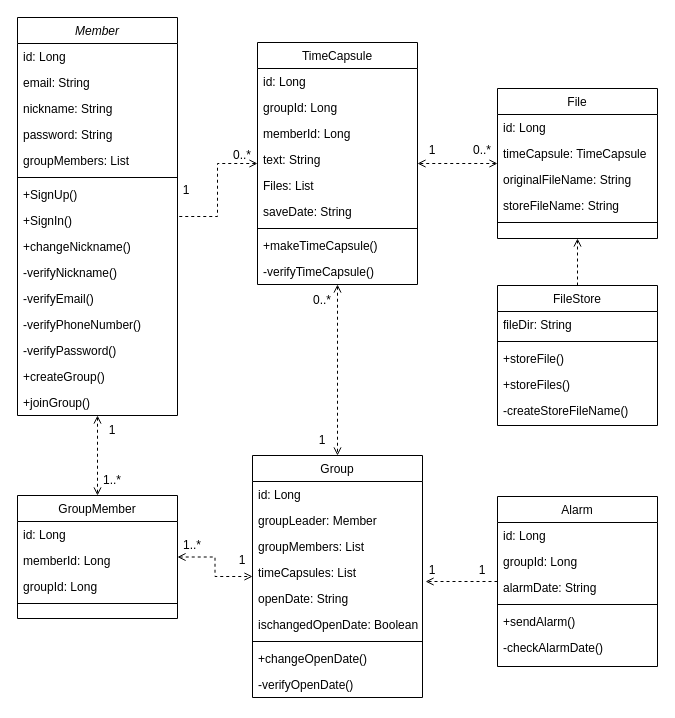
The draw.io diagram documents/ClassDiagram.drawio in Chaewon241/timecapsule, before the edit. Source tidied: cells renumbered, new cells numbered last; positions are measured from the earlier drawing's top-left corner, leaving out a move shared by most shapes. Both pictures are drawn from the tidied source at 100%, with x=0, y=0 at pixel (17, 17).
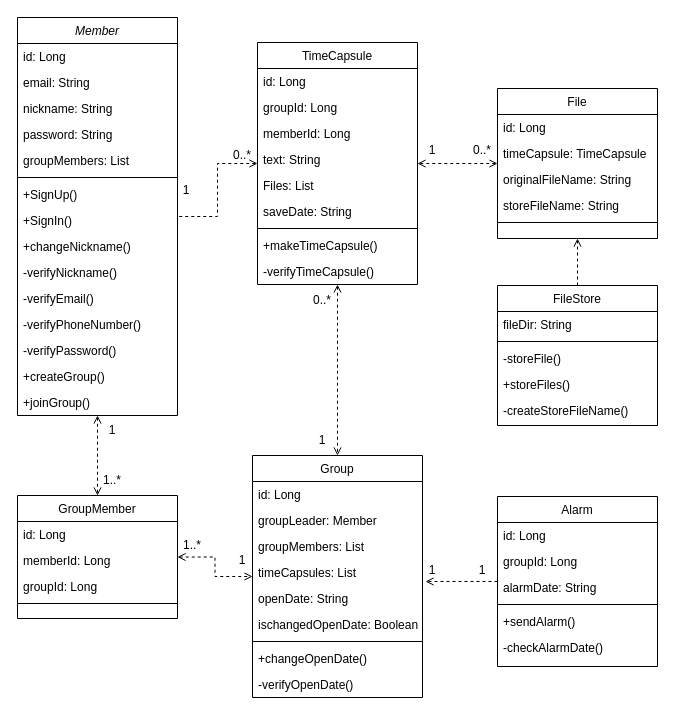
Above is the later version.

Commit message (it also covers changes not shown here):
Fix Access Modifier in FileStore

Unchanged cells that the change refers to:
```xml
<mxCell id="39" value="FileStore" style="swimlane;fontStyle=0;align=center;verticalAlign=top;horizontal=1;startSize=26;rounded=0;shadow=0;strokeWidth=1;" parent="1" vertex="1">
  <mxGeometry x="480" y="268" width="160" height="140" as="geometry" />
</mxCell>
```

The edit, as a diff of the source:
```diff
@@
-    <mxCell id="42" value="+storeFile()" style="text;align=left;verticalAlign=top;spacingLeft=4;spacingRight=4;overflow=hidden;" parent="39" vertex="1">
+    <mxCell id="42" value="-storeFile()" style="text;align=left;verticalAlign=top;spacingLeft=4;spacingRight=4;overflow=hidden;" parent="39" vertex="1">
       <mxGeometry y="60" width="160" height="26" as="geometry" />
     </mxCell>
```
